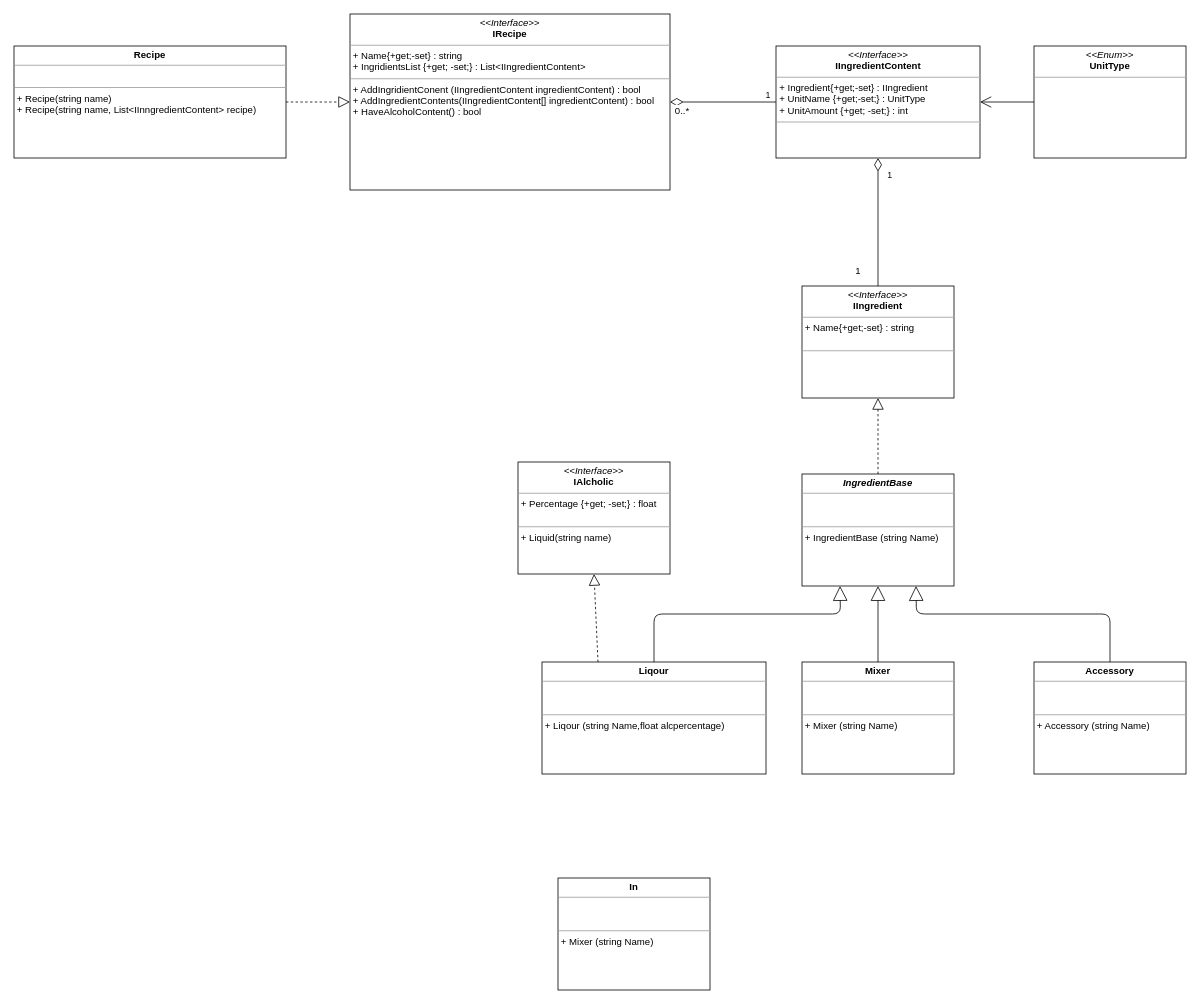
This is CocktailDiagram.drawio from mart610k/EFAnalisys, a draw.io file, before an edit. Source tidied: cells renumbered, new cells numbered last; positions are measured from the earlier drawing's top-left corner, leaving out a move shared by most shapes. Both pictures are drawn from the tidied source at 80%, with x=0, y=0 at pixel (14, 14).
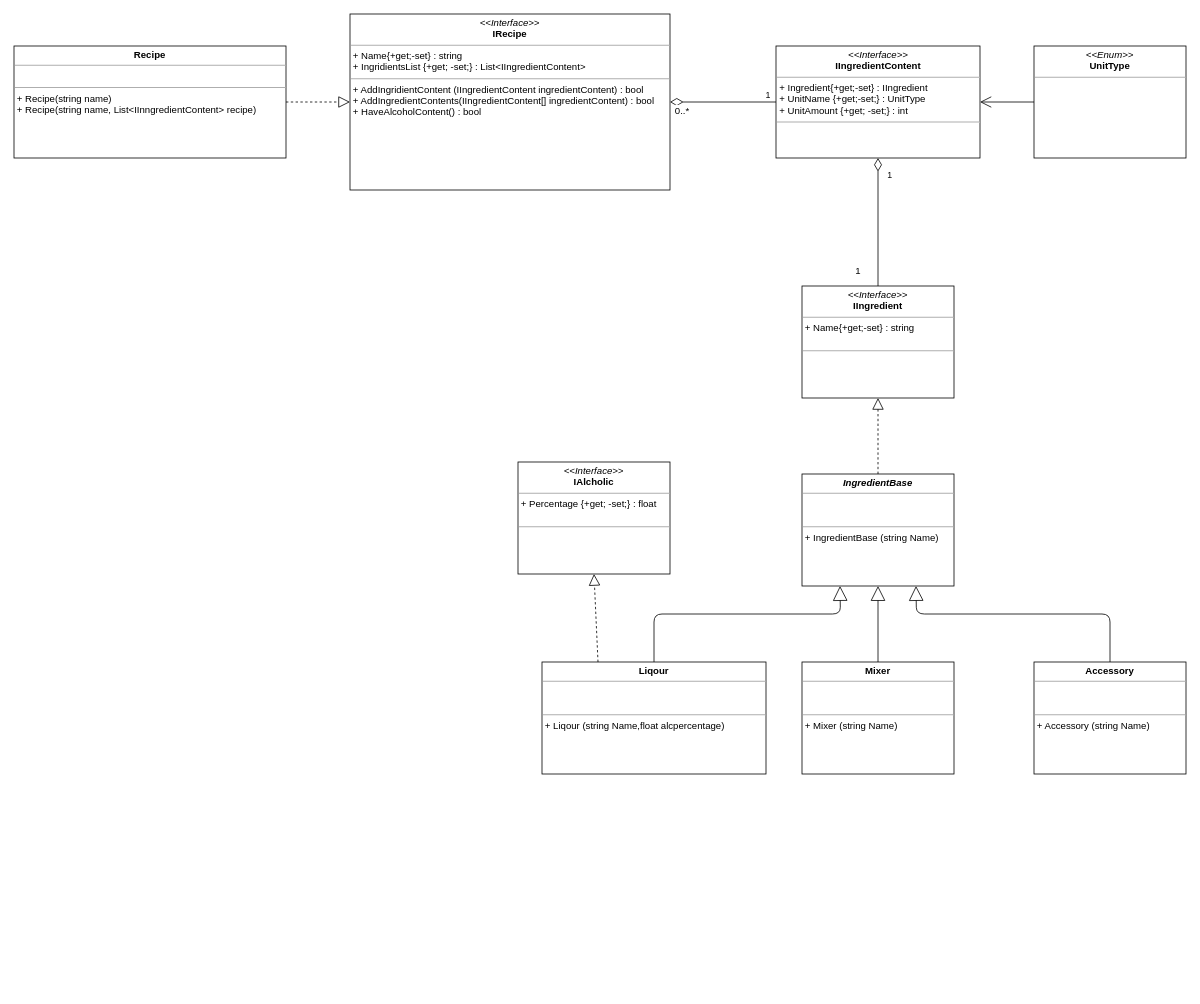
Above is the later version.

Commit message:
Added the right Diagram

The edit, as a diff of the source:
```diff
@@
-    <mxCell id="3" value="&lt;p style=&quot;margin: 0px ; margin-top: 4px ; text-align: center&quot;&gt;&lt;i&gt;&amp;lt;&amp;lt;Interface&amp;gt;&amp;gt;&lt;/i&gt;&lt;br&gt;&lt;b&gt;IAlcholic&lt;/b&gt;&lt;/p&gt;&lt;hr size=&quot;1&quot;&gt;&lt;p style=&quot;margin: 0px ; margin-left: 4px&quot;&gt;+ Percentage {+get; -set;} : float&lt;br&gt;&lt;br&gt;&lt;/p&gt;&lt;hr size=&quot;1&quot;&gt;&lt;p style=&quot;margin: 0px ; margin-left: 4px&quot;&gt;+ Liquid(string name)&lt;/p&gt;" style="verticalAlign=top;align=left;overflow=fill;fontSize=12;fontFamily=Helvetica;html=1;" parent="1" vertex="1">
+    <mxCell id="3" value="&lt;p style=&quot;margin: 0px ; margin-top: 4px ; text-align: center&quot;&gt;&lt;i&gt;&amp;lt;&amp;lt;Interface&amp;gt;&amp;gt;&lt;/i&gt;&lt;br&gt;&lt;b&gt;IAlcholic&lt;/b&gt;&lt;/p&gt;&lt;hr size=&quot;1&quot;&gt;&lt;p style=&quot;margin: 0px ; margin-left: 4px&quot;&gt;+ Percentage {+get; -set;} : float&lt;br&gt;&lt;br&gt;&lt;/p&gt;&lt;hr size=&quot;1&quot;&gt;&lt;p style=&quot;margin: 0px ; margin-left: 4px&quot;&gt;&lt;br&gt;&lt;/p&gt;" style="verticalAlign=top;align=left;overflow=fill;fontSize=12;fontFamily=Helvetica;html=1;" parent="1" vertex="1">
       <mxGeometry x="630" y="560" width="190" height="140" as="geometry" />
     </mxCell>
@@
-    <mxCell id="6" value="&lt;p style=&quot;margin: 0px ; margin-top: 4px ; text-align: center&quot;&gt;&lt;b&gt;In&lt;/b&gt;&lt;/p&gt;&lt;hr size=&quot;1&quot;&gt;&lt;p style=&quot;margin: 0px ; margin-left: 4px&quot;&gt;&lt;br&gt;&lt;br&gt;&lt;/p&gt;&lt;hr size=&quot;1&quot;&gt;&lt;p style=&quot;margin: 0px ; margin-left: 4px&quot;&gt;+ Mixer (string Name)&lt;/p&gt;" style="verticalAlign=top;align=left;overflow=fill;fontSize=12;fontFamily=Helvetica;html=1;" parent="1" vertex="1">
-      <mxGeometry x="680" y="1080" width="190" height="140" as="geometry" />
-    </mxCell>
@@
-    <mxCell id="8" value="&lt;p style=&quot;margin: 0px ; margin-top: 4px ; text-align: center&quot;&gt;&lt;i&gt;&amp;lt;&amp;lt;Interface&amp;gt;&amp;gt;&lt;/i&gt;&lt;br&gt;&lt;b&gt;IRecipe&lt;/b&gt;&lt;/p&gt;&lt;hr size=&quot;1&quot;&gt;&lt;p style=&quot;margin: 0px ; margin-left: 4px&quot;&gt;+ Name{+get;-set} : string&lt;br&gt;+ IngridientsList {+get; -set;} : List&amp;lt;IIngredientContent&amp;gt;&lt;/p&gt;&lt;hr size=&quot;1&quot;&gt;&lt;p style=&quot;margin: 0px ; margin-left: 4px&quot;&gt;&lt;span&gt;+ AddIngridientConent (IIngredientContent ingredientContent) : bool&lt;/span&gt;&lt;br&gt;&lt;/p&gt;&lt;p style=&quot;margin: 0px ; margin-left: 4px&quot;&gt;&lt;span&gt;+ AddIngredientContents(IIngredientContent[] ingredientContent) : bool&lt;/span&gt;&lt;/p&gt;&lt;p style=&quot;margin: 0px ; margin-left: 4px&quot;&gt;&lt;span&gt;+ HaveAlcoholContent() : bool&lt;/span&gt;&lt;/p&gt;&lt;p style=&quot;margin: 0px ; margin-left: 4px&quot;&gt;&lt;br&gt;&lt;/p&gt;" style="verticalAlign=top;align=left;overflow=fill;fontSize=12;fontFamily=Helvetica;html=1;" parent="1" vertex="1">
+    <mxCell id="8" value="&lt;p style=&quot;margin: 0px ; margin-top: 4px ; text-align: center&quot;&gt;&lt;i&gt;&amp;lt;&amp;lt;Interface&amp;gt;&amp;gt;&lt;/i&gt;&lt;br&gt;&lt;b&gt;IRecipe&lt;/b&gt;&lt;/p&gt;&lt;hr size=&quot;1&quot;&gt;&lt;p style=&quot;margin: 0px ; margin-left: 4px&quot;&gt;+ Name{+get;-set} : string&lt;br&gt;+ IngridientsList {+get; -set;} : List&amp;lt;IIngredientContent&amp;gt;&lt;/p&gt;&lt;hr size=&quot;1&quot;&gt;&lt;p style=&quot;margin: 0px ; margin-left: 4px&quot;&gt;&lt;span&gt;+ AddIngridientContent (IIngredientContent ingredientContent) : bool&lt;/span&gt;&lt;br&gt;&lt;/p&gt;&lt;p style=&quot;margin: 0px ; margin-left: 4px&quot;&gt;&lt;span&gt;+ AddIngredientContents(IIngredientContent[] ingredientContent) : bool&lt;/span&gt;&lt;/p&gt;&lt;p style=&quot;margin: 0px ; margin-left: 4px&quot;&gt;&lt;span&gt;+ HaveAlcoholContent() : bool&lt;/span&gt;&lt;/p&gt;&lt;p style=&quot;margin: 0px ; margin-left: 4px&quot;&gt;&lt;br&gt;&lt;/p&gt;" style="verticalAlign=top;align=left;overflow=fill;fontSize=12;fontFamily=Helvetica;html=1;" parent="1" vertex="1">
       <mxGeometry x="420" width="400" height="220" as="geometry" />
     </mxCell>
```
